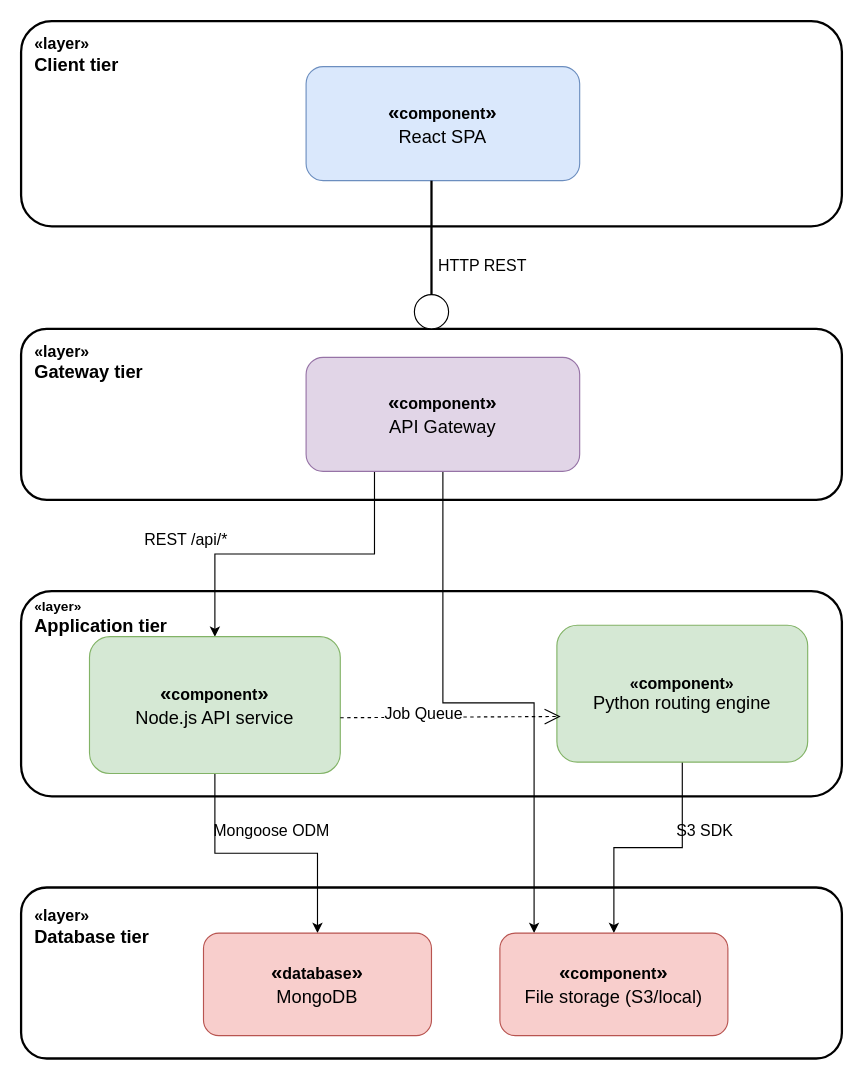
Above: src/diagrams/component-diagrame.drawio in seng31242-FlowRoute-2026/documents (draw.io), before the change. Source tidied: cells renumbered, new cells numbered last; positions are measured from the earlier drawing's top-left corner, leaving out a move shared by most shapes. Both pictures are drawn from the tidied source at 114%, with x=0, y=0 at pixel (21, 21).
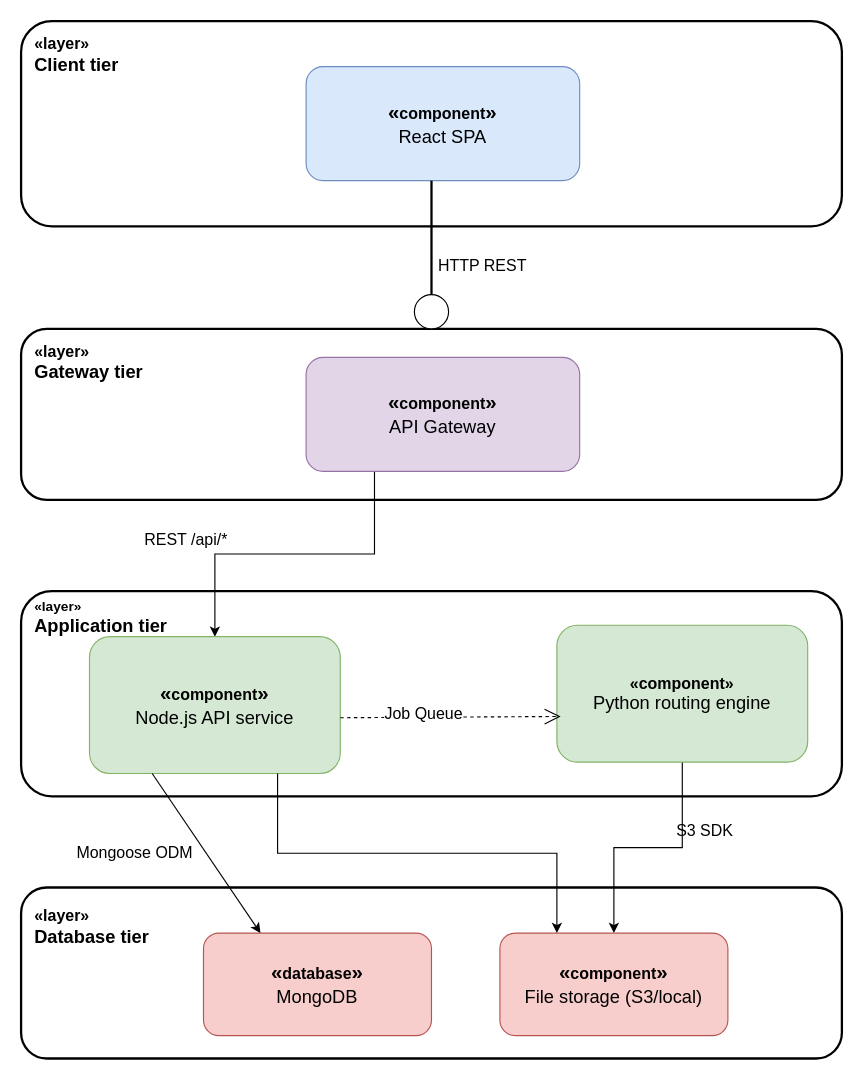
After the change.

Commit message (it also covers changes not shown here):
Fix S3 dependency origin in sysytem component diagram

Unchanged cells that the change refers to:
```xml
<mxCell id="9" value="&lt;font style=&quot;font-size: 18px;&quot;&gt;«&lt;/font&gt;&lt;font style=&quot;font-size: 14px;&quot;&gt;component&lt;/font&gt;&lt;font style=&quot;font-size: 18px;&quot;&gt;»&lt;/font&gt;&lt;div&gt;&lt;span style=&quot;font-weight: normal;&quot;&gt;&lt;font size=&quot;3&quot;&gt;API Gateway&lt;/font&gt;&lt;/span&gt;&lt;/div&gt;" style="rounded=1;whiteSpace=wrap;html=1;fontSize=13;fontStyle=1;fillColor=#e1d5e7;strokeColor=#9673a6;" parent="1" vertex="1">
  <mxGeometry x="250" y="295" width="240" height="100" as="geometry" />
</mxCell>
<mxCell id="12" value="&lt;font style=&quot;font-size: 18px;&quot;&gt;«&lt;/font&gt;&lt;font style=&quot;font-size: 14px;&quot;&gt;component&lt;/font&gt;&lt;font style=&quot;font-size: 18px;&quot;&gt;»&lt;/font&gt;&lt;div&gt;&lt;span style=&quot;font-weight: normal;&quot;&gt;&lt;font size=&quot;3&quot;&gt;Node.js API service&lt;/font&gt;&lt;/span&gt;&lt;/div&gt;" style="rounded=1;whiteSpace=wrap;html=1;fontSize=13;fontStyle=1;fillColor=#d5e8d4;strokeColor=#82b366;" parent="1" vertex="1">
  <mxGeometry x="60" y="540" width="220" height="120" as="geometry" />
</mxCell>
<mxCell id="16" value="&lt;font style=&quot;font-size: 18px;&quot;&gt;«&lt;/font&gt;&lt;font style=&quot;font-size: 14px;&quot;&gt;database&lt;/font&gt;&lt;font style=&quot;font-size: 18px;&quot;&gt;»&lt;/font&gt;&lt;div&gt;&lt;span style=&quot;font-weight: normal;&quot;&gt;&lt;font size=&quot;3&quot;&gt;MongoDB&lt;/font&gt;&lt;/span&gt;&lt;/div&gt;" style="rounded=1;whiteSpace=wrap;html=1;fontSize=13;fontStyle=1;fillColor=#f8cecc;strokeColor=#b85450;" parent="1" vertex="1">
  <mxGeometry x="160" y="800" width="200" height="90" as="geometry" />
</mxCell>
<mxCell id="17" value="&lt;font style=&quot;font-size: 18px;&quot;&gt;«&lt;/font&gt;&lt;font style=&quot;font-size: 14px;&quot;&gt;component&lt;/font&gt;&lt;font style=&quot;font-size: 18px;&quot;&gt;»&lt;/font&gt;&lt;div&gt;&lt;span style=&quot;font-weight: normal;&quot;&gt;&lt;font size=&quot;3&quot;&gt;File storage (S3/local)&lt;/font&gt;&lt;/span&gt;&lt;/div&gt;" style="rounded=1;whiteSpace=wrap;html=1;fontSize=13;fontStyle=1;fillColor=#f8cecc;strokeColor=#b85450;" parent="1" vertex="1">
  <mxGeometry x="420" y="800" width="200" height="90" as="geometry" />
</mxCell>
```

The edit, as a diff of the source:
```diff
@@
-    <mxCell id="8" style="edgeStyle=orthogonalEdgeStyle;rounded=0;jettySize=auto;html=1;" parent="1" edge="1" source="9" target="17">
-      <mxGeometry relative="1" as="geometry">
-        <Array as="points">
-          <mxPoint x="370" y="598" />
-          <mxPoint x="450" y="598" />
-        </Array>
-      </mxGeometry>
-    </mxCell>
@@
-    <mxCell id="11" style="edgeStyle=orthogonalEdgeStyle;rounded=0;jettySize=auto;html=1;" parent="1" edge="1" source="12" target="16">
-      <mxGeometry relative="1" as="geometry" />
-    </mxCell>
@@
     <mxCell id="23" value="&lt;font style=&quot;font-size: 14px;&quot;&gt;Mongoose ODM&lt;/font&gt;" style="text;html=1;whiteSpace=wrap;strokeColor=none;fillColor=none;align=center;verticalAlign=middle;rounded=0;" parent="1" vertex="1">
-      <mxGeometry x="140" y="700" width="160" height="20" as="geometry" />
+      <mxGeometry x="20" y="720" width="160" height="20" as="geometry" />
     </mxCell>
@@
+    <mxCell id="28" style="endArrow=classic;html=1;rounded=0;exitX=0.75;exitY=1;exitDx=0;exitDy=0;entryX=0.25;entryY=0;entryDx=0;entryDy=0;edgeStyle=orthogonalEdgeStyle;" parent="1" edge="1" source="12" target="17">
+      <mxGeometry relative="1" as="geometry" />
+    </mxCell>
+    <mxCell id="11" style="endArrow=classic;html=1;rounded=0;exitX=0.25;exitY=1;exitDx=0;exitDy=0;entryX=0.25;entryY=0;entryDx=0;entryDy=0;" parent="1" edge="1" source="12" target="16">
+      <mxGeometry relative="1" as="geometry" />
+    </mxCell>
```
